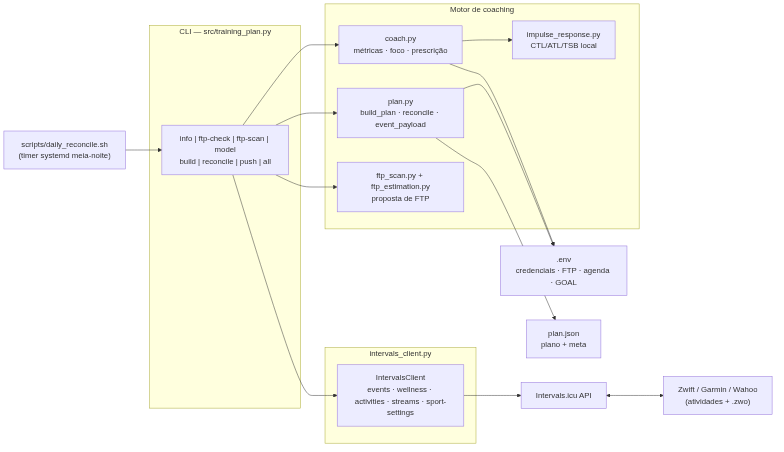
The Mermaid diagram docs/diagramas/componentes.png in valdelin/Hermes-coach, before a commit. Its source is kept beside it as docs/diagramas/componentes.mmd. Source of this version:
```mermaid
flowchart LR
    subgraph CLI["CLI — src/training_plan.py"]
        CMD["info | ftp-check | ftp-scan | model<br/>build | reconcile | push | all"]
    end

    subgraph CORE["Motor de coaching"]
        COACH["coach.py<br/>métricas · foco · prescrição"]
        PLAN["plan.py<br/>build_plan · reconcile · event_payload"]
        IR["impulse_response.py<br/>CTL/ATL/TSB local"]
        FTPS["ftp_scan.py + ftp_estimation.py<br/>proposta de FTP"]
    end

    subgraph API["intervals_client.py"]
        CLIENT["IntervalsClient<br/>events · wellness · activities · streams · sport-settings"]
    end

    ENV[".env<br/>credenciais · FTP · agenda · GOAL"]
    PLANFILE["plan.json<br/>plano + meta"]
    SH["scripts/daily_reconcile.sh<br/>(timer systemd meia-noite)"]

    INTERVALS["Intervals.icu API"]
    APPS["Zwift / Garmin / Wahoo<br/>(atividades + .zwo)"]

    CMD --> COACH
    CMD --> PLAN
    CMD --> FTPS
    COACH --> IR
    CMD --> CLIENT
    PLAN --> PLANFILE
    COACH --> ENV
    PLAN --> ENV
    CLIENT --> INTERVALS
    INTERVALS <--> APPS
    SH --> CMD
```
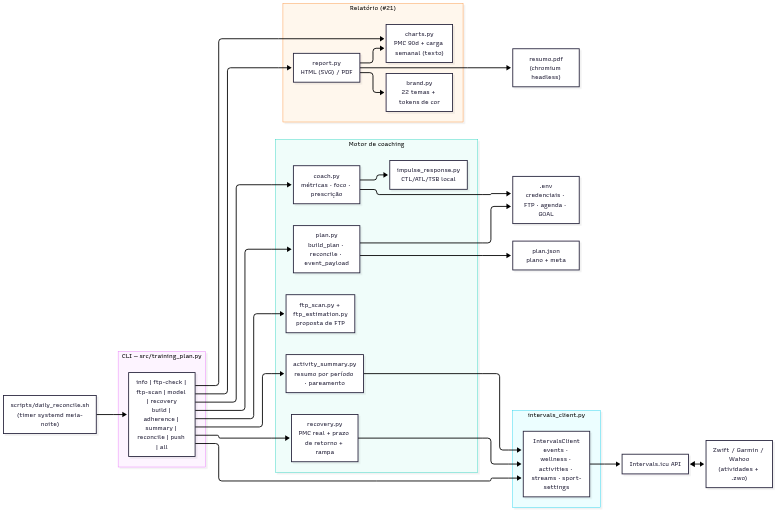
Above is the later version.

Commit message:
docs: diagramas e decks atualizados para v0.0.23 (cores zona da forma/22 temas)

What changed in the source:
```diff
@@ -1,6 +1,6 @@
 flowchart LR
     subgraph CLI["CLI — src/training_plan.py"]
-        CMD["info | ftp-check | ftp-scan | model<br/>build | reconcile | push | all"]
+        CMD["info | ftp-check | ftp-scan | model | recovery<br/>build | adherence | summary | reconcile | push | all"]
     end
 
     subgraph CORE["Motor de coaching"]
@@ -8,6 +8,14 @@
         PLAN["plan.py<br/>build_plan · reconcile · event_payload"]
         IR["impulse_response.py<br/>CTL/ATL/TSB local"]
         FTPS["ftp_scan.py + ftp_estimation.py<br/>proposta de FTP"]
+        AS["activity_summary.py<br/>resumo por período · pareamento"]
+        REC["recovery.py<br/>PMC real + prazo de retorno + rampa"]
+    end
+
+    subgraph REPORT["Relatório (#21)"]
+        CH["charts.py<br/>PMC 90d + carga semanal (texto)"]
+        RP["report.py<br/>HTML (SVG) / PDF"]
+        BR["brand.py<br/>22 temas + tokens de cor"]
     end
 
     subgraph API["intervals_client.py"]
@@ -20,15 +28,25 @@
 
     INTERVALS["Intervals.icu API"]
     APPS["Zwift / Garmin / Wahoo<br/>(atividades + .zwo)"]
+    PDF["resumo.pdf<br/>(chromium headless)"]
 
     CMD --> COACH
     CMD --> PLAN
     CMD --> FTPS
+    CMD --> AS
+    CMD --> REC
+    CMD --> CH
+    CMD --> RP
     COACH --> IR
     CMD --> CLIENT
     PLAN --> PLANFILE
     COACH --> ENV
     PLAN --> ENV
+    AS --> CLIENT
+    REC --> CLIENT
     CLIENT --> INTERVALS
     INTERVALS <--> APPS
     SH --> CMD
+    RP --> CH
+    RP --> BR
+    RP --> PDF
```
